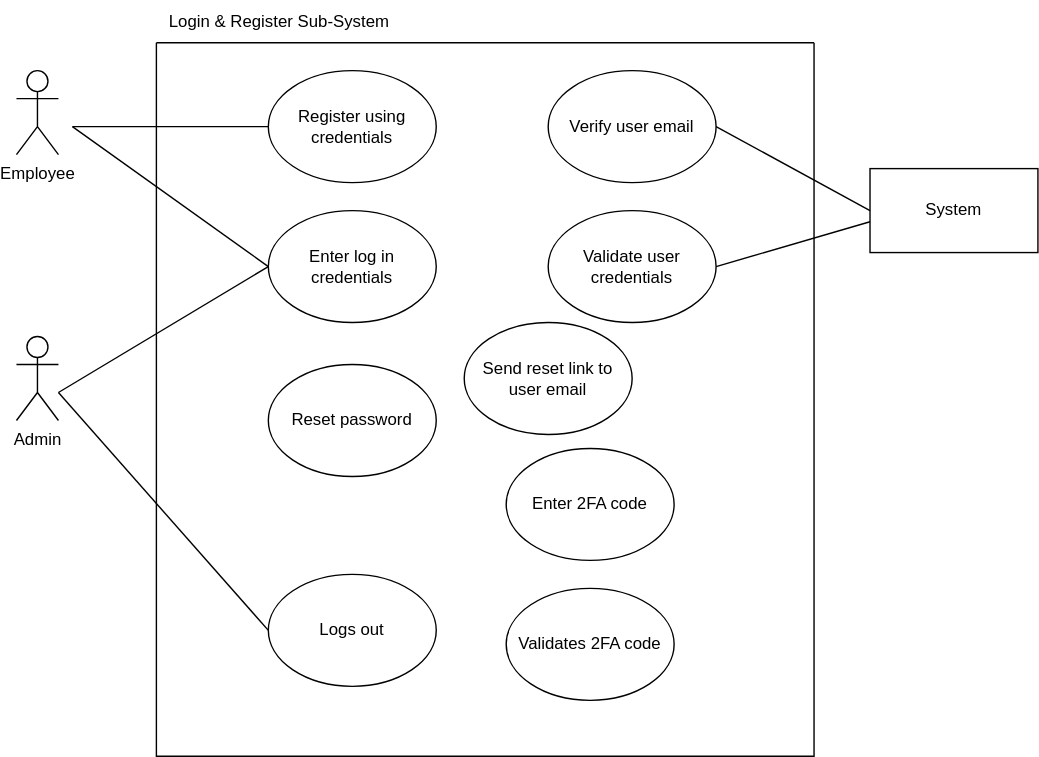
This is Untitled Diagram.drawio.svg from Simamkele88/IFM3_GP, a draw.io export, as it was before one commit. Source tidied: cells renumbered, new cells last; positions are measured from the earlier drawing's top-left corner, leaving out a move shared by most shapes.
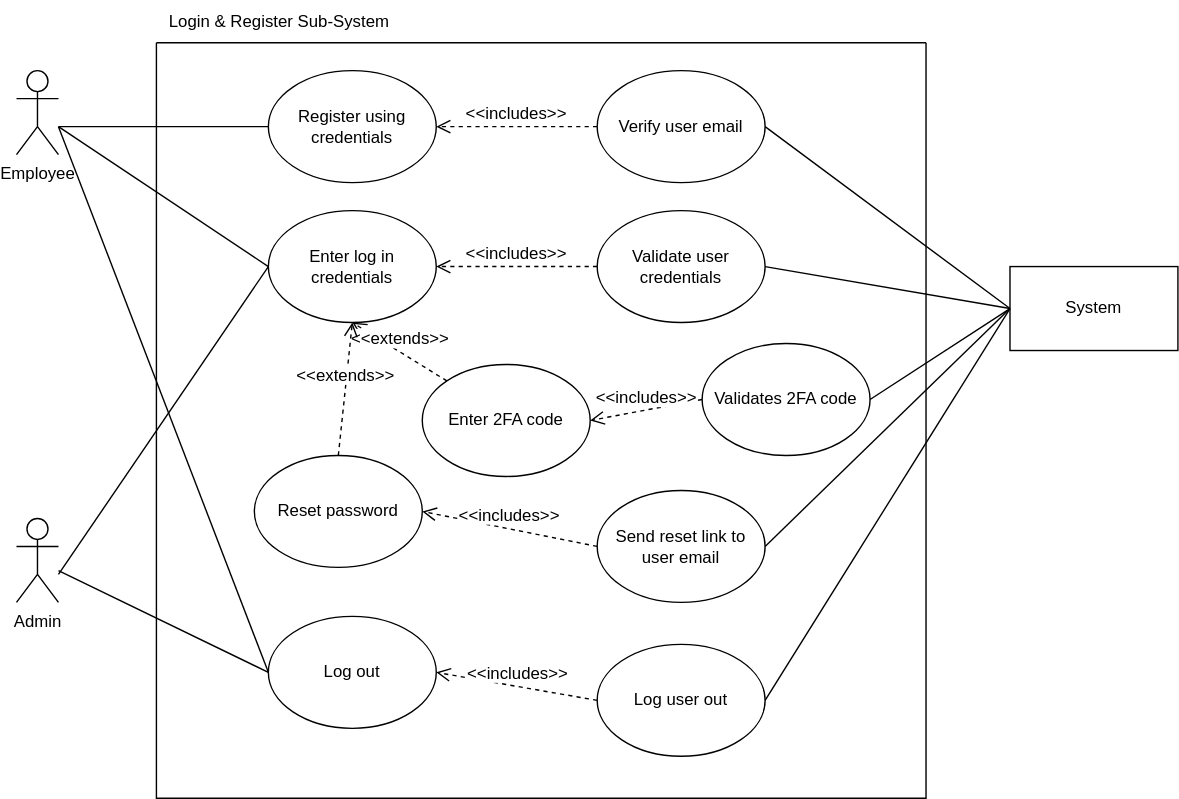
Above is the later version.

The edit, as a diff of the source:
```diff
@@ -6,59 +6,76 @@
       <mxGeometry y="50" width="30" height="60" as="geometry" />
     </mxCell>
     <mxCell id="3" value="Admin" style="shape=umlActor;verticalLabelPosition=bottom;verticalAlign=top;html=1;outlineConnect=0;" parent="1" vertex="1">
-      <mxGeometry y="240" width="30" height="60" as="geometry" />
+      <mxGeometry y="370" width="30" height="60" as="geometry" />
     </mxCell>
     <mxCell id="4" value="System" style="rounded=0;whiteSpace=wrap;html=1;" parent="1" vertex="1">
-      <mxGeometry x="610" y="120" width="120" height="60" as="geometry" />
+      <mxGeometry x="710" y="190" width="120" height="60" as="geometry" />
     </mxCell>
     <mxCell id="5" style="swimlane;startSize=0;" parent="1" vertex="1">
-      <mxGeometry x="100" y="30" width="470" height="510" as="geometry" />
+      <mxGeometry x="100" y="30" width="550" height="540" as="geometry" />
     </mxCell>
     <mxCell id="6" value="Enter log in credentials" style="ellipse;whiteSpace=wrap;html=1;strokeColor=default;align=center;verticalAlign=middle;fontFamily=Helvetica;fontSize=12;fontColor=default;fillColor=default;" parent="5" vertex="1">
       <mxGeometry x="80" y="120" width="120" height="80" as="geometry" />
     </mxCell>
     <mxCell id="7" value="Verify user email" style="ellipse;whiteSpace=wrap;html=1;strokeColor=default;align=center;verticalAlign=middle;fontFamily=Helvetica;fontSize=12;fontColor=default;fillColor=default;" parent="5" vertex="1">
-      <mxGeometry x="280" y="20" width="120" height="80" as="geometry" />
+      <mxGeometry x="315" y="20" width="120" height="80" as="geometry" />
     </mxCell>
     <mxCell id="8" value="Register using credentials" style="ellipse;whiteSpace=wrap;html=1;" parent="5" vertex="1">
       <mxGeometry x="80" y="20" width="120" height="80" as="geometry" />
     </mxCell>
-    <mxCell id="9" value="Logs out" style="ellipse;whiteSpace=wrap;html=1;strokeColor=default;align=center;verticalAlign=middle;fontFamily=Helvetica;fontSize=12;fontColor=default;fillColor=default;" parent="5" vertex="1">
-      <mxGeometry x="80" y="380" width="120" height="80" as="geometry" />
+    <mxCell id="9" value="Log out" style="ellipse;whiteSpace=wrap;html=1;strokeColor=default;align=center;verticalAlign=middle;fontFamily=Helvetica;fontSize=12;fontColor=default;fillColor=default;" parent="5" vertex="1">
+      <mxGeometry x="80" y="410" width="120" height="80" as="geometry" />
     </mxCell>
     <mxCell id="10" value="Validate user credentials" style="ellipse;whiteSpace=wrap;html=1;" parent="5" vertex="1">
-      <mxGeometry x="280" y="120" width="120" height="80" as="geometry" />
+      <mxGeometry x="315" y="120" width="120" height="80" as="geometry" />
     </mxCell>
-    <mxCell id="11" style="endArrow=none;html=1;rounded=0;entryX=0;entryY=0.5;entryDx=0;entryDy=0;" parent="5" edge="1" target="9">
-      <mxGeometry relative="1" as="geometry">
-        <mxPoint x="-70" y="250" as="sourcePoint" />
-      </mxGeometry>
-    </mxCell>
     <mxCell id="12" value="Reset password" style="ellipse;whiteSpace=wrap;html=1;strokeColor=default;align=center;verticalAlign=middle;fontFamily=Helvetica;fontSize=12;fontColor=default;fillColor=default;" parent="5" vertex="1">
-      <mxGeometry x="80" y="230" width="120" height="80" as="geometry" />
+      <mxGeometry x="70" y="295" width="120" height="80" as="geometry" />
     </mxCell>
-    <mxCell id="13" value="Enter 2FA code" style="ellipse;whiteSpace=wrap;html=1;strokeColor=default;align=center;verticalAlign=middle;fontFamily=Helvetica;fontSize=12;fontColor=default;fillColor=default;" parent="5" vertex="1">
-      <mxGeometry x="250" y="290" width="120" height="80" as="geometry" />
-    </mxCell>
     <mxCell id="14" value="Validates 2FA code" style="ellipse;whiteSpace=wrap;html=1;strokeColor=default;align=center;verticalAlign=middle;fontFamily=Helvetica;fontSize=12;fontColor=default;fillColor=default;" parent="5" vertex="1">
-      <mxGeometry x="250" y="390" width="120" height="80" as="geometry" />
+      <mxGeometry x="390" y="215" width="120" height="80" as="geometry" />
     </mxCell>
     <mxCell id="15" value="Send reset link to user email" style="ellipse;whiteSpace=wrap;html=1;strokeColor=default;align=center;verticalAlign=middle;fontFamily=Helvetica;fontSize=12;fontColor=default;fillColor=default;" parent="5" vertex="1">
-      <mxGeometry x="220" y="200" width="120" height="80" as="geometry" />
+      <mxGeometry x="315" y="320" width="120" height="80" as="geometry" />
     </mxCell>
+    <mxCell id="22" value="&amp;lt;&amp;lt;includes&amp;gt;&amp;gt;" style="html=1;verticalAlign=bottom;endArrow=open;dashed=1;endSize=8;curved=0;rounded=0;fontFamily=Helvetica;fontSize=12;fontColor=default;entryX=1;entryY=0.5;entryDx=0;entryDy=0;exitX=0;exitY=0.5;exitDx=0;exitDy=0;" parent="5" edge="1" source="7" target="8">
+      <mxGeometry relative="1" as="geometry" />
+    </mxCell>
+    <mxCell id="23" value="&amp;lt;&amp;lt;includes&amp;gt;&amp;gt;" style="html=1;verticalAlign=bottom;endArrow=open;dashed=1;endSize=8;curved=0;rounded=0;fontFamily=Helvetica;fontSize=12;fontColor=default;entryX=1;entryY=0.5;entryDx=0;entryDy=0;exitX=0;exitY=0.5;exitDx=0;exitDy=0;" parent="5" edge="1" source="10" target="6">
+      <mxGeometry relative="1" as="geometry" />
+    </mxCell>
+    <mxCell id="24" value="&amp;lt;&amp;lt;includes&amp;gt;&amp;gt;" style="html=1;verticalAlign=bottom;endArrow=open;dashed=1;endSize=8;curved=0;rounded=0;fontFamily=Helvetica;fontSize=12;fontColor=default;entryX=1;entryY=0.5;entryDx=0;entryDy=0;exitX=0;exitY=0.5;exitDx=0;exitDy=0;" parent="5" edge="1" source="15" target="12">
+      <mxGeometry relative="1" as="geometry" />
+    </mxCell>
+    <mxCell id="13" value="Enter 2FA code" style="ellipse;whiteSpace=wrap;html=1;strokeColor=default;align=center;verticalAlign=middle;fontFamily=Helvetica;fontSize=12;fontColor=default;fillColor=default;" parent="5" vertex="1">
+      <mxGeometry x="190" y="230" width="120" height="80" as="geometry" />
+    </mxCell>
+    <mxCell id="25" value="&amp;lt;&amp;lt;extends&amp;gt;&amp;gt;" style="html=1;verticalAlign=bottom;endArrow=open;dashed=1;endSize=8;curved=0;rounded=0;fontFamily=Helvetica;fontSize=12;fontColor=default;exitX=0;exitY=0;exitDx=0;exitDy=0;entryX=0.5;entryY=1;entryDx=0;entryDy=0;" parent="5" edge="1" source="13" target="6">
+      <mxGeometry relative="1" as="geometry" />
+    </mxCell>
+    <mxCell id="26" value="&amp;lt;&amp;lt;includes&amp;gt;&amp;gt;" style="html=1;verticalAlign=bottom;endArrow=open;dashed=1;endSize=8;curved=0;rounded=0;fontFamily=Helvetica;fontSize=12;fontColor=default;entryX=1;entryY=0.5;entryDx=0;entryDy=0;exitX=0;exitY=0.5;exitDx=0;exitDy=0;" parent="5" edge="1" source="14" target="13">
+      <mxGeometry relative="1" as="geometry" />
+    </mxCell>
+    <mxCell id="27" value="&amp;lt;&amp;lt;extends&amp;gt;&amp;gt;" style="html=1;verticalAlign=bottom;endArrow=open;dashed=1;endSize=8;curved=0;rounded=0;fontFamily=Helvetica;fontSize=12;fontColor=default;exitX=0.5;exitY=0;exitDx=0;exitDy=0;entryX=0.5;entryY=1;entryDx=0;entryDy=0;" parent="5" edge="1" source="12" target="6">
+      <mxGeometry relative="1" as="geometry" />
+    </mxCell>
+    <mxCell id="28" value="Log user out" style="ellipse;whiteSpace=wrap;html=1;strokeColor=default;align=center;verticalAlign=middle;fontFamily=Helvetica;fontSize=12;fontColor=default;fillColor=default;" parent="5" vertex="1">
+      <mxGeometry x="315" y="430" width="120" height="80" as="geometry" />
+    </mxCell>
+    <mxCell id="29" value="&amp;lt;&amp;lt;includes&amp;gt;&amp;gt;" style="html=1;verticalAlign=bottom;endArrow=open;dashed=1;endSize=8;curved=0;rounded=0;fontFamily=Helvetica;fontSize=12;fontColor=default;entryX=1;entryY=0.5;entryDx=0;entryDy=0;exitX=0;exitY=0.5;exitDx=0;exitDy=0;" parent="5" edge="1" source="28" target="9">
+      <mxGeometry relative="1" as="geometry" />
+    </mxCell>
     <mxCell id="16" style="endArrow=none;html=1;rounded=0;entryX=0;entryY=0.5;entryDx=0;entryDy=0;" parent="1" edge="1" target="6">
       <mxGeometry relative="1" as="geometry">
-        <mxPoint x="30" y="280" as="sourcePoint" />
+        <mxPoint x="30" y="410" as="sourcePoint" />
       </mxGeometry>
     </mxCell>
-    <mxCell id="17" style="endArrow=none;html=1;rounded=0;entryX=0;entryY=0.5;entryDx=0;entryDy=0;" parent="1" edge="1" target="6">
-      <mxGeometry relative="1" as="geometry">
-        <mxPoint x="40" y="90" as="sourcePoint" />
-      </mxGeometry>
+    <mxCell id="17" style="endArrow=none;html=1;rounded=0;entryX=0;entryY=0.5;entryDx=0;entryDy=0;" parent="1" edge="1" source="2" target="6">
+      <mxGeometry relative="1" as="geometry" />
     </mxCell>
     <mxCell id="18" style="endArrow=none;html=1;rounded=0;entryX=0;entryY=0.5;entryDx=0;entryDy=0;" parent="1" edge="1" target="8">
       <mxGeometry relative="1" as="geometry">
-        <mxPoint x="40" y="90" as="sourcePoint" />
+        <mxPoint x="30" y="90" as="sourcePoint" />
       </mxGeometry>
     </mxCell>
     <mxCell id="19" value="Login &amp;amp; Register Sub-System" style="text;html=1;align=center;verticalAlign=middle;whiteSpace=wrap;rounded=0;" parent="1" vertex="1">
@@ -67,8 +84,25 @@
     <mxCell id="20" style="endArrow=none;html=1;rounded=0;exitX=1;exitY=0.5;exitDx=0;exitDy=0;entryX=0;entryY=0.5;entryDx=0;entryDy=0;" parent="1" edge="1" source="7" target="4">
       <mxGeometry relative="1" as="geometry" />
     </mxCell>
-    <mxCell id="21" style="endArrow=none;html=1;rounded=0;exitX=1;exitY=0.5;exitDx=0;exitDy=0;entryX=0;entryY=0.633;entryDx=0;entryDy=0;entryPerimeter=0;" parent="1" edge="1" source="10" target="4">
+    <mxCell id="21" style="endArrow=none;html=1;rounded=0;exitX=1;exitY=0.5;exitDx=0;exitDy=0;entryX=0;entryY=0.5;entryDx=0;entryDy=0;" parent="1" edge="1" source="10" target="4">
       <mxGeometry relative="1" as="geometry" />
     </mxCell>
+    <mxCell id="30" style="endArrow=none;html=1;rounded=0;entryX=0;entryY=0.5;entryDx=0;entryDy=0;" parent="1" edge="1" target="9">
+      <mxGeometry relative="1" as="geometry">
+        <mxPoint x="30" y="90" as="sourcePoint" />
+      </mxGeometry>
+    </mxCell>
+    <mxCell id="11" style="endArrow=none;html=1;rounded=0;entryX=0;entryY=0.5;entryDx=0;entryDy=0;" parent="1" edge="1" source="3" target="9">
+      <mxGeometry relative="1" as="geometry" />
+    </mxCell>
+    <mxCell id="31" style="endArrow=none;html=1;rounded=0;exitX=1;exitY=0.5;exitDx=0;exitDy=0;entryX=0;entryY=0.5;entryDx=0;entryDy=0;" parent="1" edge="1" source="14" target="4">
+      <mxGeometry relative="1" as="geometry" />
+    </mxCell>
+    <mxCell id="32" style="endArrow=none;html=1;rounded=0;entryX=0;entryY=0.5;entryDx=0;entryDy=0;exitX=1;exitY=0.5;exitDx=0;exitDy=0;" parent="1" edge="1" source="15" target="4">
+      <mxGeometry relative="1" as="geometry" />
+    </mxCell>
+    <mxCell id="33" style="endArrow=none;html=1;rounded=0;entryX=0;entryY=0.5;entryDx=0;entryDy=0;exitX=1;exitY=0.5;exitDx=0;exitDy=0;" parent="1" edge="1" source="28" target="4">
+      <mxGeometry relative="1" as="geometry" />
+    </mxCell>
   </root>
 </mxGraphModel>
```
